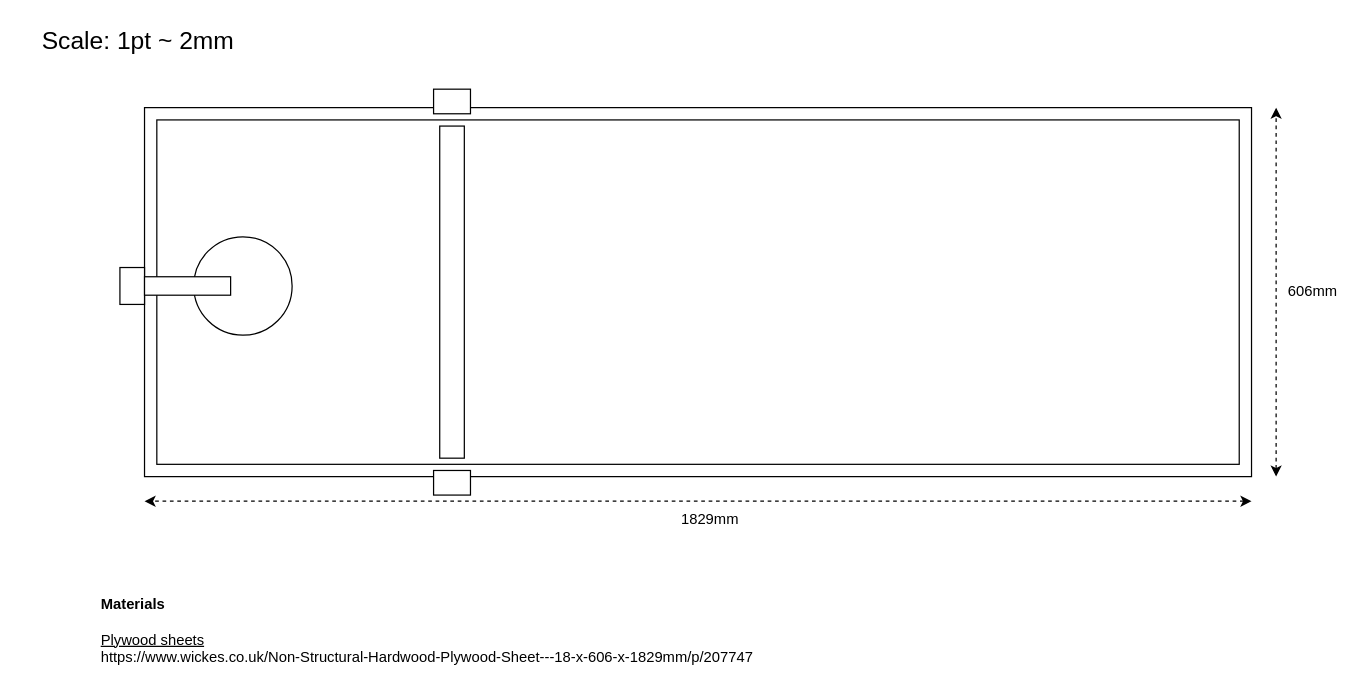
Earlier version of the draw.io diagram table-top-view.drawio (AlfiGozacan/drawio). Source tidied: cells renumbered, new cells numbered last; positions are measured from the earlier drawing's top-left corner, leaving out a move shared by most shapes. Both pictures are drawn from the tidied source at 123%, with x=0, y=0 at pixel (21, 21).
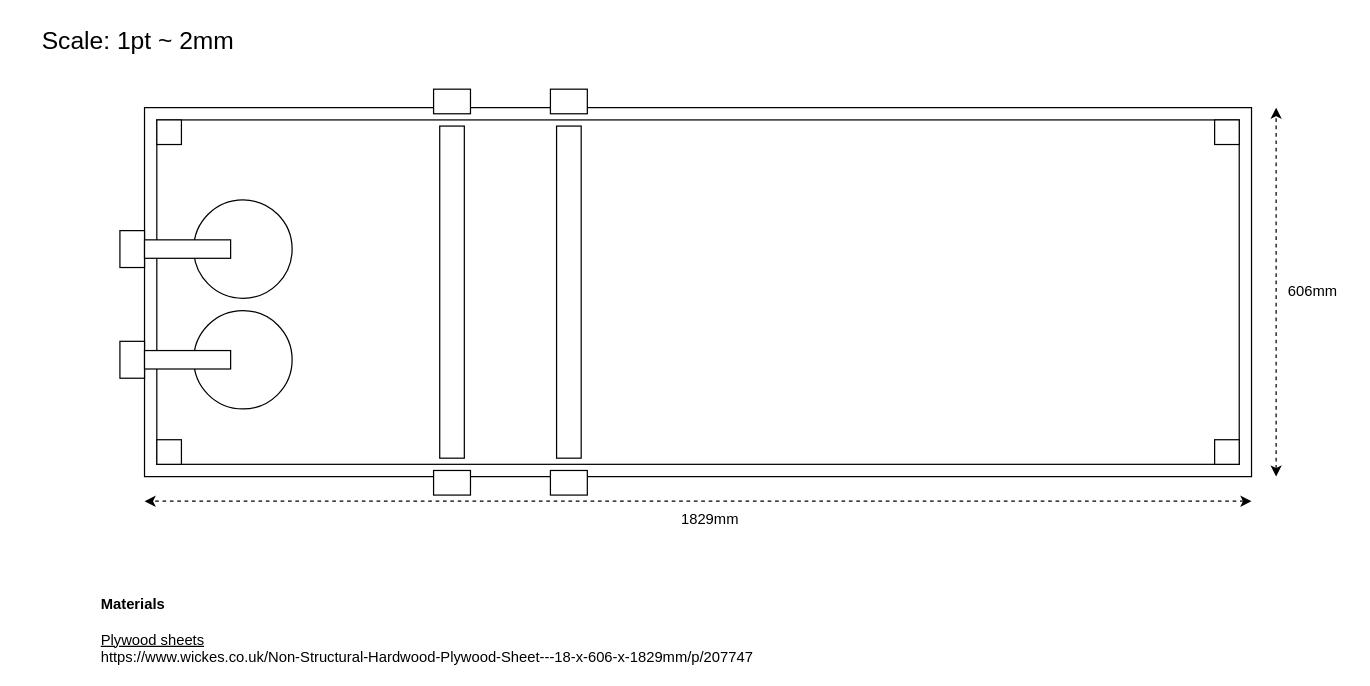
The same diagram, later.

Commit message:
Update table-top-view.drawio, added corner supports

Diff of the diagram source:
```diff
@@
     <mxCell id="10" style="ellipse;whiteSpace=wrap;html=1;" parent="1" vertex="1">
-      <mxGeometry x="140" y="175" width="80" height="80" as="geometry" />
+      <mxGeometry x="140" y="145" width="80" height="80" as="geometry" />
     </mxCell>
     <mxCell id="11" style="rounded=0;whiteSpace=wrap;html=1;" parent="1" vertex="1">
-      <mxGeometry x="80" y="200" width="20" height="30" as="geometry" />
+      <mxGeometry x="80" y="170" width="20" height="30" as="geometry" />
     </mxCell>
     <mxCell id="12" style="rounded=0;whiteSpace=wrap;html=1;" parent="1" vertex="1">
-      <mxGeometry x="100" y="207.5" width="70" height="15" as="geometry" />
+      <mxGeometry x="100" y="177.5" width="70" height="15" as="geometry" />
     </mxCell>
@@
+    <mxCell id="16" style="rounded=0;whiteSpace=wrap;html=1;" parent="1" vertex="1">
+      <mxGeometry x="110" y="80" width="20" height="20" as="geometry" />
+    </mxCell>
+    <mxCell id="17" style="rounded=0;whiteSpace=wrap;html=1;" parent="1" vertex="1">
+      <mxGeometry x="110" y="340" width="20" height="20" as="geometry" />
+    </mxCell>
+    <mxCell id="18" style="rounded=0;whiteSpace=wrap;html=1;" parent="1" vertex="1">
+      <mxGeometry x="970" y="80" width="20" height="20" as="geometry" />
+    </mxCell>
+    <mxCell id="19" style="rounded=0;whiteSpace=wrap;html=1;" parent="1" vertex="1">
+      <mxGeometry x="970" y="340" width="20" height="20" as="geometry" />
+    </mxCell>
+    <mxCell id="20" style="rounded=0;whiteSpace=wrap;html=1;rotation=90;" parent="1" vertex="1">
+      <mxGeometry x="435" y="50" width="20" height="30" as="geometry" />
+    </mxCell>
+    <mxCell id="21" style="rounded=0;whiteSpace=wrap;html=1;rotation=90;" parent="1" vertex="1">
+      <mxGeometry x="435" y="360" width="20" height="30" as="geometry" />
+    </mxCell>
+    <mxCell id="22" style="rounded=0;whiteSpace=wrap;html=1;rotation=90;" parent="1" vertex="1">
+      <mxGeometry x="310" y="210" width="270" height="20" as="geometry" />
+    </mxCell>
+    <mxCell id="23" style="ellipse;whiteSpace=wrap;html=1;" parent="1" vertex="1">
+      <mxGeometry x="140" y="235" width="80" height="80" as="geometry" />
+    </mxCell>
+    <mxCell id="24" style="rounded=0;whiteSpace=wrap;html=1;" parent="1" vertex="1">
+      <mxGeometry x="80" y="260" width="20" height="30" as="geometry" />
+    </mxCell>
+    <mxCell id="25" style="rounded=0;whiteSpace=wrap;html=1;" parent="1" vertex="1">
+      <mxGeometry x="100" y="267.5" width="70" height="15" as="geometry" />
+    </mxCell>
```
